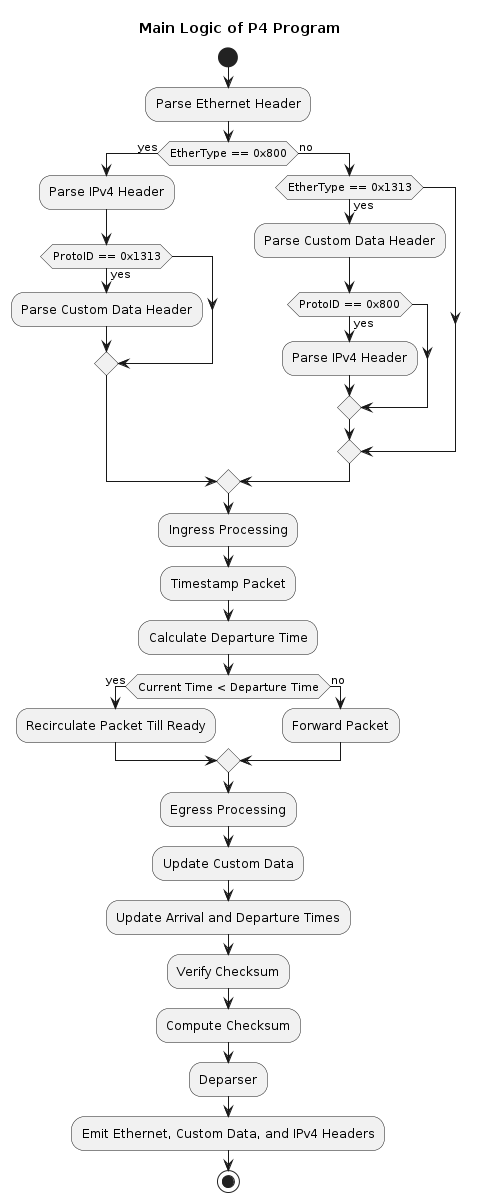
This is figures/p4_main_logic.png from ir-masters/p4-In-network-latency-emulator, a PlantUML export, as it was before one commit.
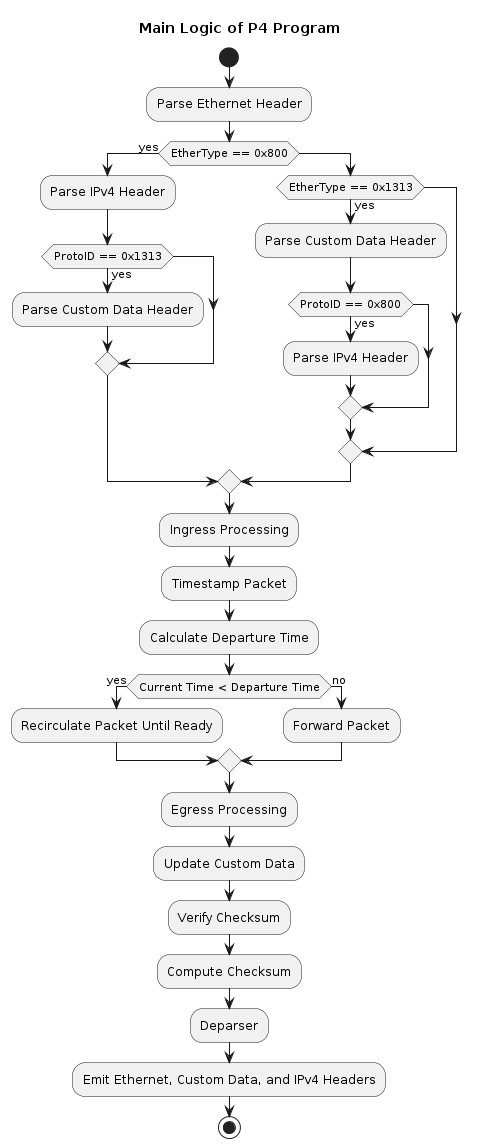
Above is the later version.

Change to the diagram source:
```diff
@@ -8,7 +8,7 @@
   if (ProtoID == 0x1313) then (yes)
     :Parse Custom Data Header;
   endif
-else (no)
+else
   if (EtherType == 0x1313) then (yes)
     :Parse Custom Data Header;
     if (ProtoID == 0x800) then (yes)
@@ -21,14 +21,13 @@
 :Timestamp Packet;
 :Calculate Departure Time;
 if (Current Time < Departure Time) then (yes)
-  :Recirculate Packet Till Ready;
+  :Recirculate Packet Until Ready;
 else (no)
   :Forward Packet;
 endif
 
 :Egress Processing;
 :Update Custom Data;
-:Update Arrival and Departure Times;
 
 :Verify Checksum;
 :Compute Checksum;
```
